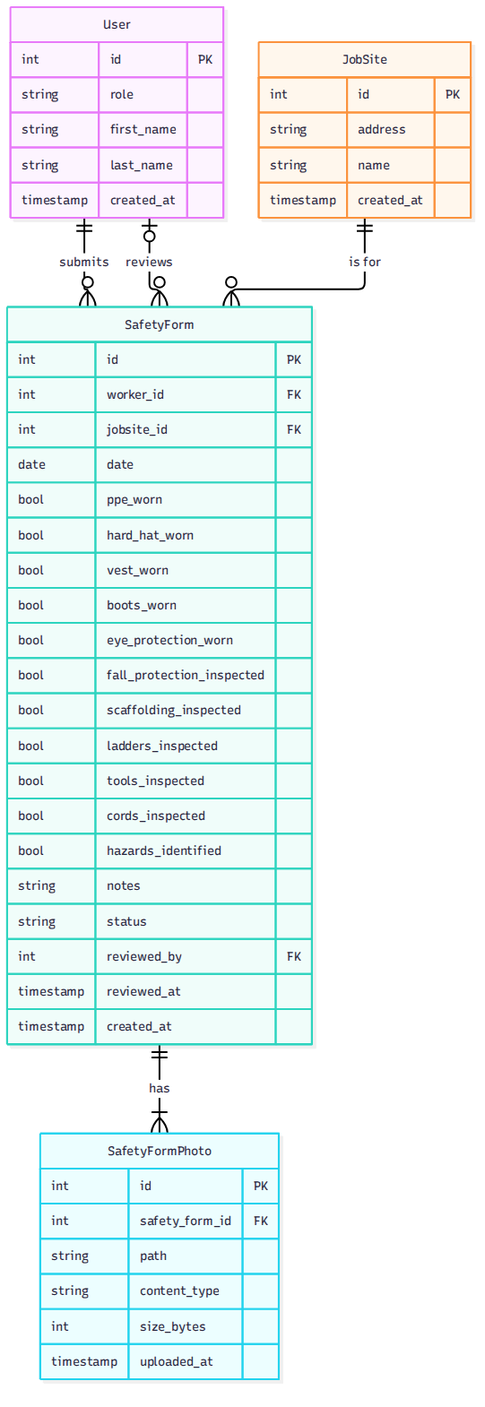
Earlier version of the Mermaid export docs/erd.png (robbie-thomlinson/ras-safety-portal). Its source is kept beside it as docs/erd.mmd. The source it was exported from:
```mermaid
erDiagram
    User ||--o{ SafetyForm : submits
    User |o--o{ SafetyForm : reviews
    JobSite ||--o{ SafetyForm : "is for"
    SafetyForm ||--|{ SafetyFormPhoto : has

    User {
        int id PK
        string role
        string first_name
        string last_name
        timestamp created_at
    }

    JobSite {
        int id PK
        string address
        string name
        timestamp created_at
    }

    SafetyForm {
        int id PK
        int worker_id FK
        int jobsite_id FK
        date date
        bool ppe_worn
        bool hard_hat_worn
        bool vest_worn
        bool boots_worn
        bool eye_protection_worn
        bool fall_protection_inspected
        bool scaffolding_inspected
        bool ladders_inspected
        bool tools_inspected
        bool cords_inspected
        bool hazards_identified
        string notes
        string status
        int reviewed_by FK
        timestamp reviewed_at
        timestamp created_at
    }

    SafetyFormPhoto {
        int id PK
        int safety_form_id FK
        string path
        string content_type
        int size_bytes
        timestamp uploaded_at
    }
```
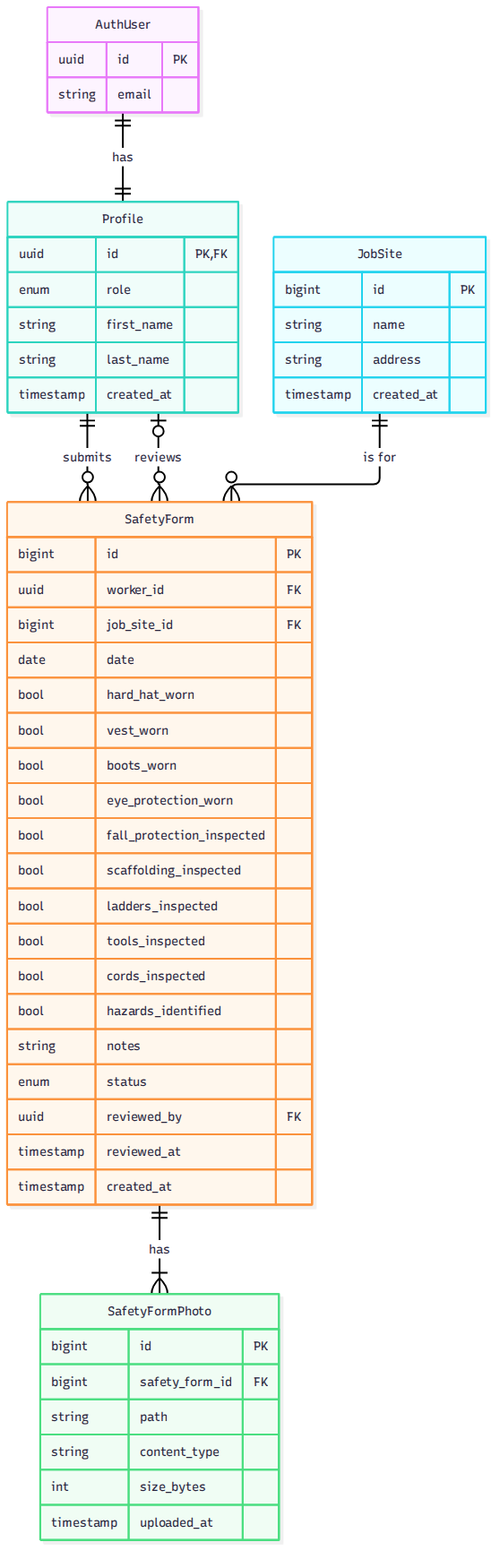
Later version of the same file.

Commit message:
Added database/blob storage schema and config (supabase)

Diff of the diagram source:
```diff
@@ -1,30 +1,35 @@
 erDiagram
-    User ||--o{ SafetyForm : submits
-    User |o--o{ SafetyForm : reviews
+    AuthUser ||--|| Profile : has
+    Profile ||--o{ SafetyForm : submits
+    Profile |o--o{ SafetyForm : reviews
     JobSite ||--o{ SafetyForm : "is for"
     SafetyForm ||--|{ SafetyFormPhoto : has
 
-    User {
-        int id PK
-        string role
+    AuthUser {
+        uuid id PK
+        string email
+    }
+
+    Profile {
+        uuid id PK, FK
+        enum role
         string first_name
         string last_name
         timestamp created_at
     }
 
     JobSite {
-        int id PK
+        bigint id PK
+        string name
         string address
-        string name
         timestamp created_at
     }
 
     SafetyForm {
-        int id PK
-        int worker_id FK
-        int jobsite_id FK
+        bigint id PK
+        uuid worker_id FK
+        bigint job_site_id FK
         date date
-        bool ppe_worn
         bool hard_hat_worn
         bool vest_worn
         bool boots_worn
@@ -36,15 +41,15 @@
         bool cords_inspected
         bool hazards_identified
         string notes
-        string status
-        int reviewed_by FK
+        enum status
+        uuid reviewed_by FK
         timestamp reviewed_at
         timestamp created_at
     }
 
     SafetyFormPhoto {
-        int id PK
-        int safety_form_id FK
+        bigint id PK
+        bigint safety_form_id FK
         string path
         string content_type
         int size_bytes
```
